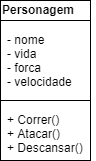
The draw.io diagram ClasseProjeto.png in rafaelfaustini/Java, before a commit. Source tidied: cells renumbered, new cells last; positions are measured from the earlier drawing's top-left corner, leaving out a move shared by most shapes. Source of this version:
```xml
<mxGraphModel>
  <root>
    <mxCell id="0" />
    <mxCell id="1" parent="0" />
    <mxCell id="2" style="rounded=0;whiteSpace=wrap;html=1;" parent="1" vertex="1">
      <mxGeometry width="90" height="160" as="geometry" />
    </mxCell>
    <mxCell id="3" value="&lt;b&gt;Personagem&lt;/b&gt;" style="text;html=1;align=left;verticalAlign=top;spacingTop=-4;" parent="1" vertex="1">
      <mxGeometry width="90" height="20" as="geometry" />
    </mxCell>
    <mxCell id="4" style="endArrow=none;html=1;" parent="1" edge="1">
      <mxGeometry relative="1" as="geometry">
        <mxPoint y="20" as="sourcePoint" />
        <mxPoint x="90" y="20" as="targetPoint" />
      </mxGeometry>
    </mxCell>
    <mxCell id="5" value="- nome&lt;br&gt;- vida&lt;br&gt;- forca&lt;br&gt;- velocidade" style="text;html=1;align=left;verticalAlign=top;spacingTop=-4;" parent="1" vertex="1">
      <mxGeometry x="5" y="30" width="80" height="60" as="geometry" />
    </mxCell>
    <mxCell id="6" value="+ Correr()&lt;br&gt;+ Atacar()&lt;br&gt;+ Descansar()" style="text;html=1;align=left;verticalAlign=top;spacingTop=-4;" parent="1" vertex="1">
      <mxGeometry x="5" y="110" width="90" height="40" as="geometry" />
    </mxCell>
    <mxCell id="7" style="endArrow=none;html=1;" parent="1" edge="1">
      <mxGeometry relative="1" as="geometry">
        <mxPoint y="100" as="sourcePoint" />
        <mxPoint x="90" y="100" as="targetPoint" />
      </mxGeometry>
    </mxCell>
  </root>
</mxGraphModel>
```
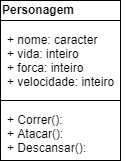
The same file after the commit.

The edit, as a diff of the source:
```diff
@@ -3,27 +3,25 @@
     <mxCell id="0" />
     <mxCell id="1" parent="0" />
     <mxCell id="2" style="rounded=0;whiteSpace=wrap;html=1;" parent="1" vertex="1">
-      <mxGeometry width="90" height="160" as="geometry" />
+      <mxGeometry width="120" height="160" as="geometry" />
     </mxCell>
     <mxCell id="3" value="&lt;b&gt;Personagem&lt;/b&gt;" style="text;html=1;align=left;verticalAlign=top;spacingTop=-4;" parent="1" vertex="1">
       <mxGeometry width="90" height="20" as="geometry" />
     </mxCell>
-    <mxCell id="4" style="endArrow=none;html=1;" parent="1" edge="1">
+    <mxCell id="4" style="endArrow=none;html=1;entryX=1;entryY=0.125;entryDx=0;entryDy=0;entryPerimeter=0;" parent="1" edge="1" target="2">
       <mxGeometry relative="1" as="geometry">
         <mxPoint y="20" as="sourcePoint" />
-        <mxPoint x="90" y="20" as="targetPoint" />
       </mxGeometry>
     </mxCell>
-    <mxCell id="5" value="- nome&lt;br&gt;- vida&lt;br&gt;- forca&lt;br&gt;- velocidade" style="text;html=1;align=left;verticalAlign=top;spacingTop=-4;" parent="1" vertex="1">
-      <mxGeometry x="5" y="30" width="80" height="60" as="geometry" />
+    <mxCell id="5" value="+ nome: caracter&lt;br&gt;+ vida: inteiro&lt;br&gt;+ forca: inteiro&lt;br&gt;+ velocidade: inteiro" style="text;html=1;align=left;verticalAlign=top;spacingTop=-4;" parent="1" vertex="1">
+      <mxGeometry x="5" y="30" width="120" height="60" as="geometry" />
     </mxCell>
-    <mxCell id="6" value="+ Correr()&lt;br&gt;+ Atacar()&lt;br&gt;+ Descansar()" style="text;html=1;align=left;verticalAlign=top;spacingTop=-4;" parent="1" vertex="1">
+    <mxCell id="6" value="+ Correr():&lt;br&gt;+ Atacar():&lt;br&gt;+ Descansar():" style="text;html=1;align=left;verticalAlign=top;spacingTop=-4;" parent="1" vertex="1">
       <mxGeometry x="5" y="110" width="90" height="40" as="geometry" />
     </mxCell>
-    <mxCell id="7" style="endArrow=none;html=1;" parent="1" edge="1">
+    <mxCell id="7" style="endArrow=none;html=1;entryX=1;entryY=0.625;entryDx=0;entryDy=0;entryPerimeter=0;" parent="1" edge="1" target="2">
       <mxGeometry relative="1" as="geometry">
         <mxPoint y="100" as="sourcePoint" />
-        <mxPoint x="90" y="100" as="targetPoint" />
       </mxGeometry>
     </mxCell>
   </root>
```
